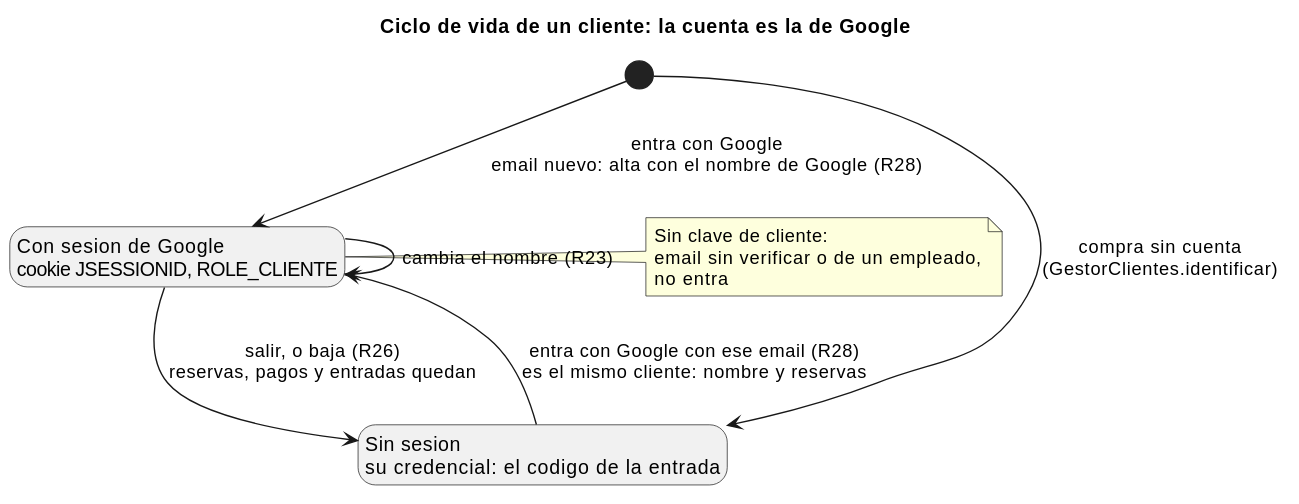
Earlier version of the PlantUML export _other/docs/diagramas/usuarios-ciclo.svg (andreiveisuade/cine-uade). The source it was exported from:
```plantuml
@startuml
title Ciclo de vida de un cliente: la cuenta es la de Google

hide empty description

[*] --> SinCuenta : compra sin cuenta\n(GestorClientes.identificar)
[*] --> ConGoogle : entra con Google\nemail nuevo: alta con el nombre de Google (R28)

state "Sin sesion\nsu credencial: el codigo de la entrada" as SinCuenta
state "Con sesion de Google\ncookie JSESSIONID, ROLE_CLIENTE" as ConGoogle

SinCuenta --> ConGoogle : entra con Google con ese email (R28)\nes el mismo cliente: nombre y reservas
ConGoogle --> ConGoogle : cambia el nombre (R23)
ConGoogle --> SinCuenta : salir, o baja (R26)\nreservas, pagos y entradas quedan

note right of ConGoogle
  Sin clave de cliente:
  email sin verificar o de un empleado,
  no entra
end note
@enduml
```
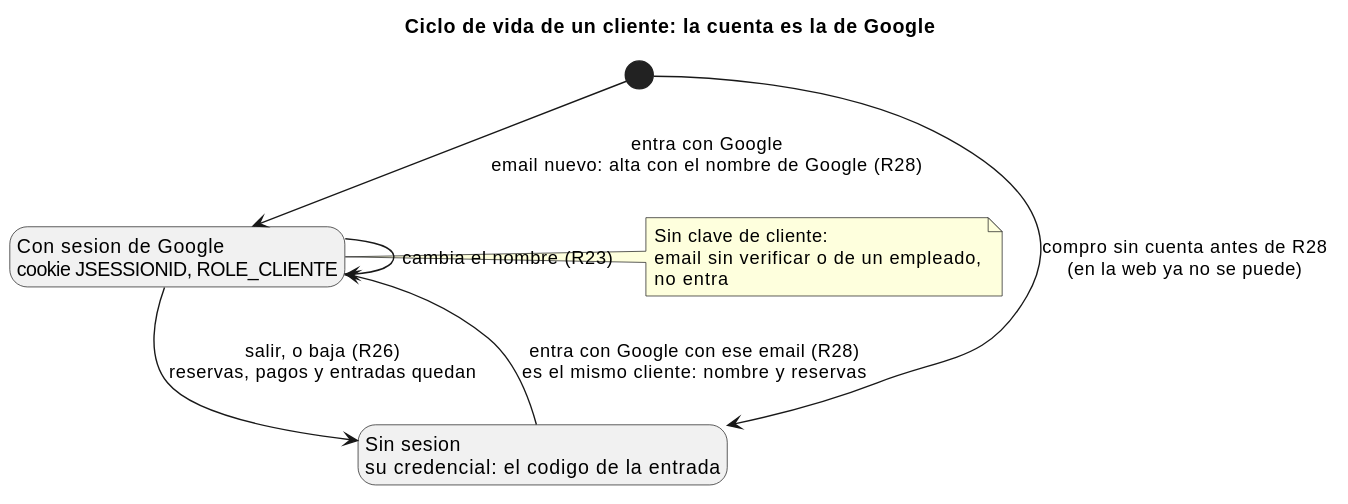
After the change.

What changed in the source:
```diff
@@ -3,7 +3,7 @@
 
 hide empty description
 
-[*] --> SinCuenta : compra sin cuenta\n(GestorClientes.identificar)
+[*] --> SinCuenta : compro sin cuenta antes de R28\n(en la web ya no se puede)
 [*] --> ConGoogle : entra con Google\nemail nuevo: alta con el nombre de Google (R28)
 
 state "Sin sesion\nsu credencial: el codigo de la entrada" as SinCuenta
```
